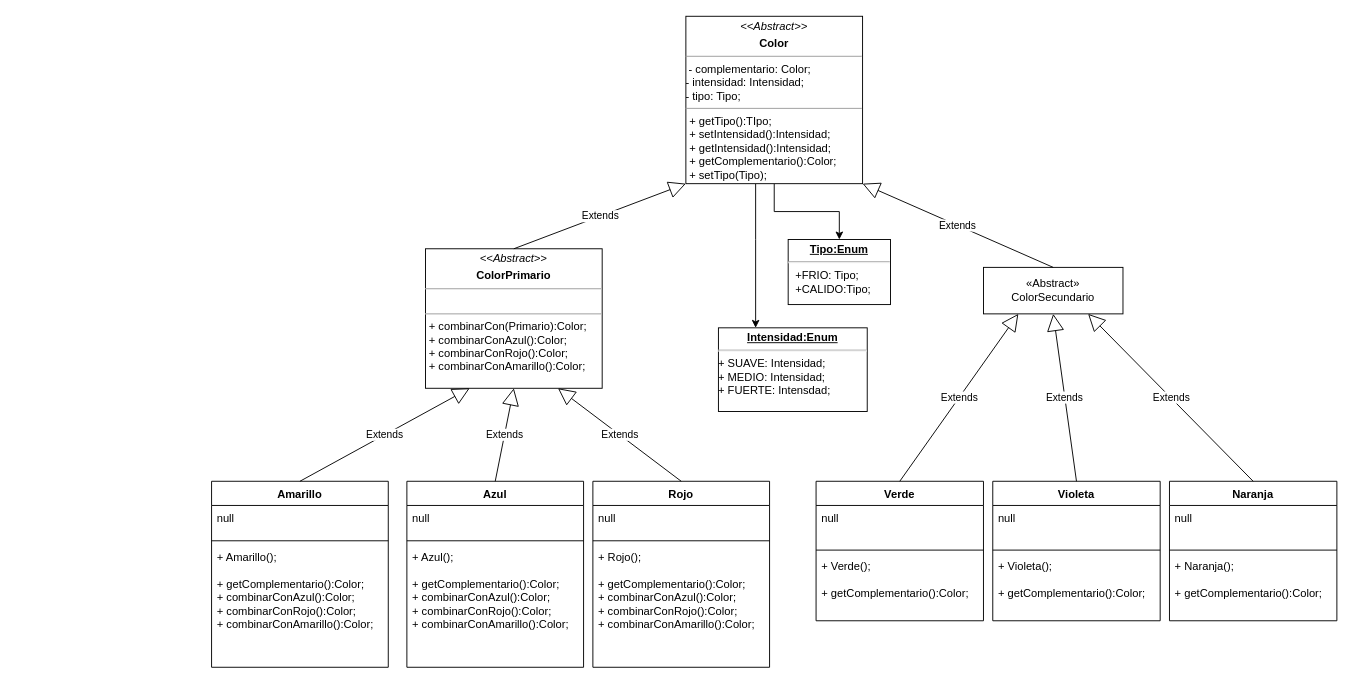
Before: Parcial2/Untitled Diagram.drawio in LucasBudnik/TL2_EXTRA, a draw.io diagram. Source tidied: cells renumbered, new cells numbered last; positions are measured from the earlier drawing's top-left corner, leaving out a move shared by most shapes. Both pictures are drawn from the tidied source at 93%, with x=0, y=0 at pixel (211, 16).
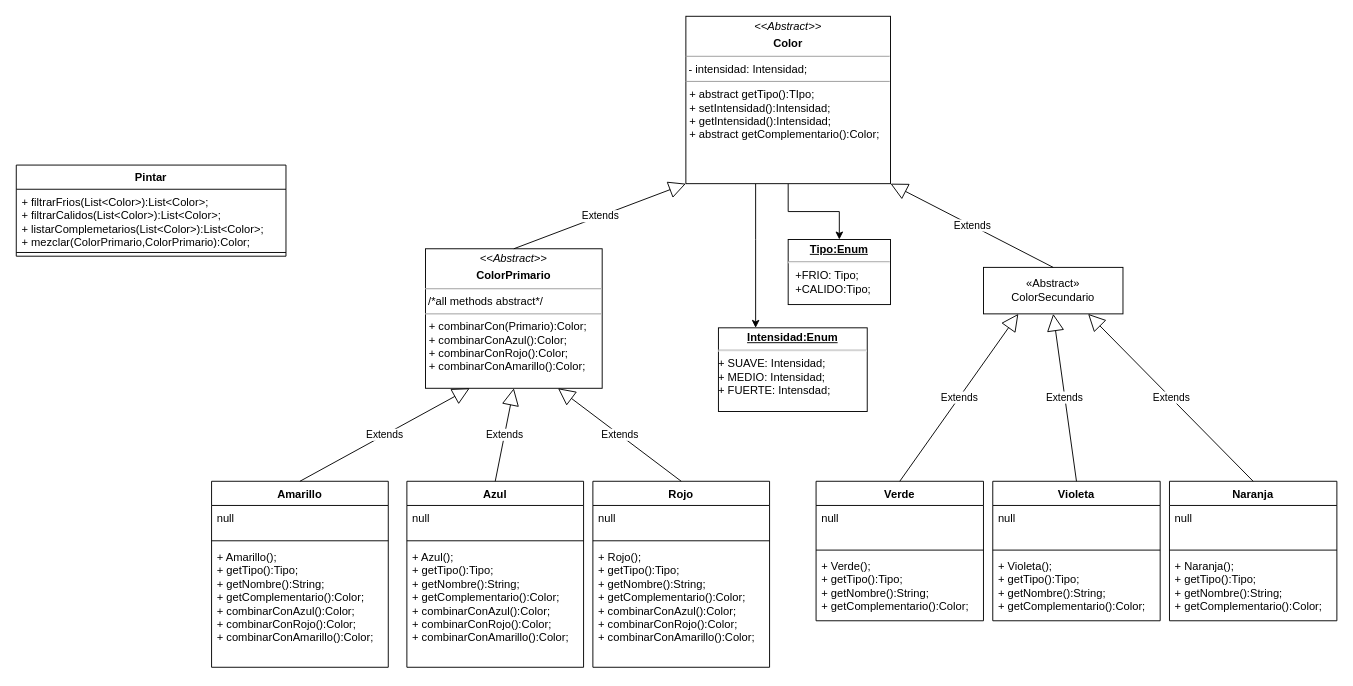
The same page after the edit.

Unchanged cells that the change refers to:
```xml
<mxCell id="7" value="Amarillo" style="swimlane;fontStyle=1;align=center;verticalAlign=top;horizontal=1;startSize=26;whiteSpace=wrap;html=1;" parent="1" vertex="1">
  <mxGeometry y="500" width="190" height="200" as="geometry" />
</mxCell>
<mxCell id="11" value="Azul" style="swimlane;fontStyle=1;align=center;verticalAlign=top;horizontal=1;startSize=26;whiteSpace=wrap;html=1;" parent="1" vertex="1">
  <mxGeometry x="210" y="500" width="190" height="200" as="geometry" />
</mxCell>
<mxCell id="15" value="Rojo" style="swimlane;fontStyle=1;align=center;verticalAlign=top;horizontal=1;startSize=26;whiteSpace=wrap;html=1;" parent="1" vertex="1">
  <mxGeometry x="410" y="500" width="190" height="200" as="geometry" />
</mxCell>
<mxCell id="19" value="Verde" style="swimlane;fontStyle=1;align=center;verticalAlign=top;horizontal=1;startSize=26;whiteSpace=wrap;html=1;" parent="1" vertex="1">
  <mxGeometry x="650" y="500" width="180" height="150" as="geometry" />
</mxCell>
<mxCell id="23" value="Violeta" style="swimlane;fontStyle=1;align=center;verticalAlign=top;horizontal=1;startSize=26;whiteSpace=wrap;html=1;" parent="1" vertex="1">
  <mxGeometry x="840" y="500" width="180" height="150" as="geometry" />
</mxCell>
<mxCell id="27" value="Naranja" style="swimlane;fontStyle=1;align=center;verticalAlign=top;horizontal=1;startSize=26;whiteSpace=wrap;html=1;" parent="1" vertex="1">
  <mxGeometry x="1030" y="500" width="180" height="150" as="geometry" />
</mxCell>
```

Diff of the diagram source:
```diff
@@
-    <mxCell id="4" value="&lt;p style=&quot;margin:0px;margin-top:4px;text-align:center;&quot;&gt;&lt;i&gt;&amp;lt;&amp;lt;Abstract&amp;gt;&amp;gt;&lt;/i&gt;&lt;/p&gt;&lt;p style=&quot;margin:0px;margin-top:4px;text-align:center;&quot;&gt;&lt;b&gt;Color&lt;/b&gt;&lt;br&gt;&lt;/p&gt;&lt;hr size=&quot;1&quot;&gt;&amp;nbsp;- complementario: Color;&lt;br&gt;- intensidad: Intensidad;&lt;br&gt;- tipo: Tipo;&lt;br&gt;&lt;hr size=&quot;1&quot;&gt;&lt;p style=&quot;margin:0px;margin-left:4px;&quot;&gt;+ getTipo():TIpo;&lt;br&gt;+ setIntensidad():Intensidad;&lt;br&gt;+ getIntensidad():Intensidad;&lt;br&gt;+ getComplementario():Color;&lt;/p&gt;&lt;p style=&quot;margin:0px;margin-left:4px;&quot;&gt;+ setTipo(Tipo);&lt;br&gt;&lt;/p&gt;" style="verticalAlign=top;align=left;overflow=fill;html=1;whiteSpace=wrap;" parent="1" vertex="1">
-      <mxGeometry x="510" width="190" height="180" as="geometry" />
+    <mxCell id="4" value="&lt;p style=&quot;margin:0px;margin-top:4px;text-align:center;&quot;&gt;&lt;i&gt;&amp;lt;&amp;lt;Abstract&amp;gt;&amp;gt;&lt;/i&gt;&lt;/p&gt;&lt;p style=&quot;margin:0px;margin-top:4px;text-align:center;&quot;&gt;&lt;b&gt;Color&lt;/b&gt;&lt;br&gt;&lt;/p&gt;&lt;hr size=&quot;1&quot;&gt;&amp;nbsp;- intensidad: Intensidad;&lt;br&gt;&lt;hr size=&quot;1&quot;&gt;&lt;p style=&quot;margin:0px;margin-left:4px;&quot;&gt;+ abstract getTipo():TIpo;&lt;br&gt;+ setIntensidad():Intensidad;&lt;br&gt;+ getIntensidad():Intensidad;&lt;br&gt;+ abstract getComplementario():Color;&lt;/p&gt;" style="verticalAlign=top;align=left;overflow=fill;html=1;whiteSpace=wrap;" parent="1" vertex="1">
+      <mxGeometry x="510" width="220" height="180" as="geometry" />
     </mxCell>
@@
-    <mxCell id="6" value="&lt;p style=&quot;margin:0px;margin-top:4px;text-align:center;&quot;&gt;&lt;i&gt;&amp;lt;&amp;lt;Abstract&amp;gt;&amp;gt;&lt;/i&gt;&lt;b&gt;&lt;br&gt;&lt;/b&gt;&lt;/p&gt;&lt;p style=&quot;margin:0px;margin-top:4px;text-align:center;&quot;&gt;&lt;b&gt;ColorPrimario&lt;/b&gt;&lt;br&gt;&lt;/p&gt;&lt;hr size=&quot;1&quot;&gt;&lt;br&gt;&lt;hr size=&quot;1&quot;&gt;&lt;p style=&quot;margin:0px;margin-left:4px;&quot;&gt;+ combinarCon(Primario):Color;&lt;br&gt;+ combinarConAzul():Color;&lt;br&gt;+ combinarConRojo():Color;&lt;br&gt;+ combinarConAmarillo():Color;&lt;/p&gt;" style="verticalAlign=top;align=left;overflow=fill;html=1;whiteSpace=wrap;" parent="1" vertex="1">
+    <mxCell id="6" value="&lt;p style=&quot;margin:0px;margin-top:4px;text-align:center;&quot;&gt;&lt;i&gt;&amp;lt;&amp;lt;Abstract&amp;gt;&amp;gt;&lt;/i&gt;&lt;b&gt;&lt;br&gt;&lt;/b&gt;&lt;/p&gt;&lt;p style=&quot;margin:0px;margin-top:4px;text-align:center;&quot;&gt;&lt;b&gt;ColorPrimario&lt;/b&gt;&lt;br&gt;&lt;/p&gt;&lt;hr size=&quot;1&quot;&gt;&amp;nbsp;/*all methods abstract*/&lt;br&gt;&lt;hr size=&quot;1&quot;&gt;&lt;p style=&quot;margin:0px;margin-left:4px;&quot;&gt;+ combinarCon(Primario):Color;&lt;br&gt;+ combinarConAzul():Color;&lt;br&gt;+ combinarConRojo():Color;&lt;br&gt;+ combinarConAmarillo():Color;&lt;/p&gt;" style="verticalAlign=top;align=left;overflow=fill;html=1;whiteSpace=wrap;" parent="1" vertex="1">
       <mxGeometry x="230" y="250" width="190" height="150" as="geometry" />
     </mxCell>
@@
-    <mxCell id="10" value="+ Amarillo();&lt;br&gt;&lt;br&gt;+ getComplementario():Color;&lt;br&gt;+ combinarConAzul():Color;&lt;br&gt;+ combinarConRojo():Color;&lt;br&gt;+ combinarConAmarillo():Color;" style="text;strokeColor=none;fillColor=none;align=left;verticalAlign=top;spacingLeft=4;spacingRight=4;overflow=hidden;whiteSpace=wrap;html=1;" parent="7" vertex="1">
+    <mxCell id="10" value="+ Amarillo();&lt;br&gt;+ getTipo():Tipo;&lt;br&gt;+ getNombre():String;&lt;br&gt;+ getComplementario():Color;&lt;br&gt;+ combinarConAzul():Color;&lt;br&gt;+ combinarConRojo():Color;&lt;br&gt;+ combinarConAmarillo():Color;" style="text;strokeColor=none;fillColor=none;align=left;verticalAlign=top;spacingLeft=4;spacingRight=4;overflow=hidden;whiteSpace=wrap;html=1;" parent="7" vertex="1">
       <mxGeometry y="68" width="190" height="132" as="geometry" />
     </mxCell>
@@
-    <mxCell id="14" value="+ Azul();&lt;br&gt;&lt;br&gt;+ getComplementario():Color;&lt;br&gt;+ combinarConAzul():Color;&lt;br&gt;+ combinarConRojo():Color;&lt;br&gt;+ combinarConAmarillo():Color;" style="text;strokeColor=none;fillColor=none;align=left;verticalAlign=top;spacingLeft=4;spacingRight=4;overflow=hidden;whiteSpace=wrap;html=1;" parent="11" vertex="1">
+    <mxCell id="14" value="+ Azul();&lt;br&gt;+ getTipo():Tipo;&lt;br&gt;+ getNombre():String;&lt;br&gt;+ getComplementario():Color;&lt;br&gt;+ combinarConAzul():Color;&lt;br&gt;+ combinarConRojo():Color;&lt;br&gt;+ combinarConAmarillo():Color;" style="text;strokeColor=none;fillColor=none;align=left;verticalAlign=top;spacingLeft=4;spacingRight=4;overflow=hidden;whiteSpace=wrap;html=1;" parent="11" vertex="1">
       <mxGeometry y="68" width="190" height="132" as="geometry" />
     </mxCell>
@@
-    <mxCell id="18" value="+ Rojo();&lt;br&gt;&lt;br&gt;+ getComplementario():Color;&lt;br&gt;+ combinarConAzul():Color;&lt;br&gt;+ combinarConRojo():Color;&lt;br&gt;+ combinarConAmarillo():Color;" style="text;strokeColor=none;fillColor=none;align=left;verticalAlign=top;spacingLeft=4;spacingRight=4;overflow=hidden;whiteSpace=wrap;html=1;" parent="15" vertex="1">
+    <mxCell id="18" value="+ Rojo();&lt;br&gt;+ getTipo():Tipo;&lt;br&gt;+ getNombre():String;&lt;br&gt;+ getComplementario():Color;&lt;br&gt;+ combinarConAzul():Color;&lt;br&gt;+ combinarConRojo():Color;&lt;br&gt;+ combinarConAmarillo():Color;" style="text;strokeColor=none;fillColor=none;align=left;verticalAlign=top;spacingLeft=4;spacingRight=4;overflow=hidden;whiteSpace=wrap;html=1;" parent="15" vertex="1">
       <mxGeometry y="68" width="190" height="132" as="geometry" />
     </mxCell>
@@
-    <mxCell id="22" value="+ Verde();&lt;br&gt;&lt;br&gt;+ getComplementario():Color;" style="text;strokeColor=none;fillColor=none;align=left;verticalAlign=top;spacingLeft=4;spacingRight=4;overflow=hidden;whiteSpace=wrap;html=1;" parent="19" vertex="1">
+    <mxCell id="22" value="+ Verde();&lt;br&gt;+ getTipo():Tipo;&lt;br&gt;+ getNombre():String;&lt;br&gt;+ getComplementario():Color;" style="text;strokeColor=none;fillColor=none;align=left;verticalAlign=top;spacingLeft=4;spacingRight=4;overflow=hidden;whiteSpace=wrap;html=1;" parent="19" vertex="1">
       <mxGeometry y="78" width="180" height="72" as="geometry" />
     </mxCell>
@@
-    <mxCell id="26" value="+ Violeta();&lt;br&gt;&lt;br&gt;+ getComplementario():Color;" style="text;strokeColor=none;fillColor=none;align=left;verticalAlign=top;spacingLeft=4;spacingRight=4;overflow=hidden;whiteSpace=wrap;html=1;" parent="23" vertex="1">
+    <mxCell id="26" value="+ Violeta();&lt;br&gt;+ getTipo():Tipo;&lt;br&gt;+ getNombre():String;&lt;br&gt;+ getComplementario():Color;" style="text;strokeColor=none;fillColor=none;align=left;verticalAlign=top;spacingLeft=4;spacingRight=4;overflow=hidden;whiteSpace=wrap;html=1;" parent="23" vertex="1">
       <mxGeometry y="78" width="180" height="72" as="geometry" />
     </mxCell>
@@
-    <mxCell id="30" value="+ Naranja();&lt;br&gt;&lt;br&gt;+ getComplementario():Color;" style="text;strokeColor=none;fillColor=none;align=left;verticalAlign=top;spacingLeft=4;spacingRight=4;overflow=hidden;whiteSpace=wrap;html=1;" parent="27" vertex="1">
+    <mxCell id="30" value="+ Naranja();&lt;br&gt;+ getTipo():Tipo;&lt;br&gt;+ getNombre():String;&lt;br&gt;+ getComplementario():Color;" style="text;strokeColor=none;fillColor=none;align=left;verticalAlign=top;spacingLeft=4;spacingRight=4;overflow=hidden;whiteSpace=wrap;html=1;" parent="27" vertex="1">
       <mxGeometry y="78" width="180" height="72" as="geometry" />
     </mxCell>
@@
+    <mxCell id="41" value="Pintar" style="swimlane;fontStyle=1;align=center;verticalAlign=top;horizontal=1;startSize=26;whiteSpace=wrap;html=1;" parent="1" vertex="1">
+      <mxGeometry x="-210" y="160" width="290" height="98" as="geometry" />
+    </mxCell>
+    <mxCell id="42" value="+ filtrarFrios(List&amp;lt;Color&amp;gt;):List&amp;lt;Color&amp;gt;;&lt;br&gt;+ filtrarCalidos(List&amp;lt;Color&amp;gt;):List&amp;lt;Color&amp;gt;;&lt;br&gt;+ listarComplemetarios(List&amp;lt;Color&amp;gt;):List&amp;lt;Color&amp;gt;;&lt;br&gt;+ mezclar(ColorPrimario,ColorPrimario):Color;" style="text;strokeColor=none;fillColor=none;align=left;verticalAlign=top;spacingLeft=4;spacingRight=4;overflow=hidden;whiteSpace=wrap;html=1;" parent="41" vertex="1">
+      <mxGeometry y="26" width="290" height="64" as="geometry" />
+    </mxCell>
+    <mxCell id="43" style="line;strokeWidth=1;fillColor=none;align=left;verticalAlign=middle;spacingTop=-1;spacingLeft=3;spacingRight=3;labelPosition=right;strokeColor=inherit;" parent="41" vertex="1">
+      <mxGeometry y="90" width="290" height="8" as="geometry" />
+    </mxCell>
```
